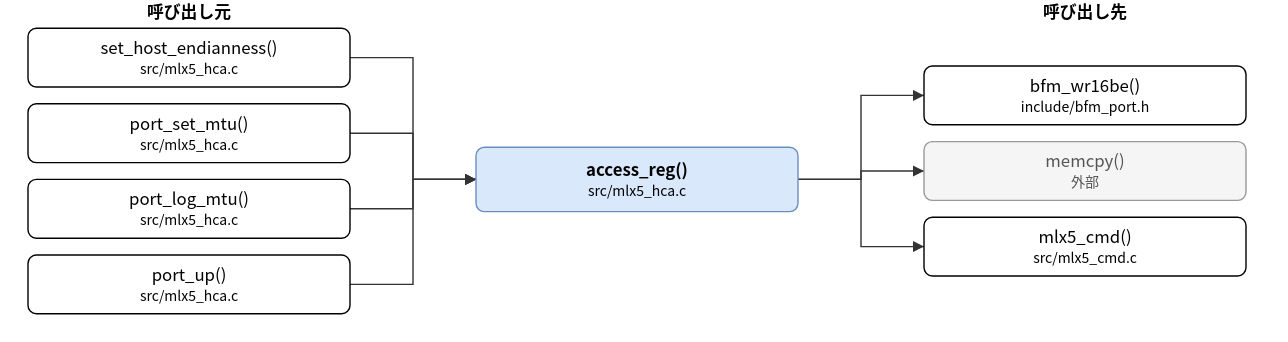
Before: doc/spec/images/call_src_mlx5_hca-access_reg.drawio.svg, a diagram exported from draw.io (hf355051012-ai/bfmem). Source tidied: cells renumbered, new cells last; positions are measured from the earlier drawing's top-left corner, leaving out a move shared by most shapes.
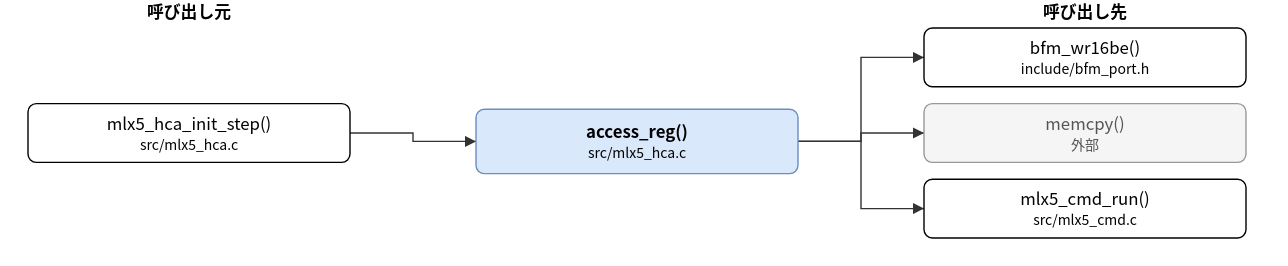
The same file after the commit.

Change to the diagram source:
```diff
@@ -5,88 +5,55 @@
     <mxCell id="2" value="access_reg()&lt;br&gt;&lt;font style=&quot;font-size:10px&quot;&gt;src/mlx5_hca.c&lt;/font&gt;" style="rounded=1;whiteSpace=wrap;html=1;fillColor=#dae8fc;strokeColor=#6c8ebf;fontStyle=1;" parent="1" vertex="1">
       <mxGeometry x="320" y="105" width="230" height="46" as="geometry" />
     </mxCell>
-    <mxCell id="3" value="set_host_endianness()&lt;br&gt;&lt;font style=&quot;font-size:10px&quot;&gt;src/mlx5_hca.c&lt;/font&gt;" style="rounded=1;whiteSpace=wrap;html=1;" parent="1" vertex="1">
-      <mxGeometry y="20" width="230" height="42" as="geometry" />
+    <mxCell id="3" value="mlx5_hca_init_step()&lt;br&gt;&lt;font style=&quot;font-size:10px&quot;&gt;src/mlx5_hca.c&lt;/font&gt;" style="rounded=1;whiteSpace=wrap;html=1;" parent="1" vertex="1">
+      <mxGeometry y="101" width="230" height="42" as="geometry" />
     </mxCell>
-    <mxCell id="4" value="port_set_mtu()&lt;br&gt;&lt;font style=&quot;font-size:10px&quot;&gt;src/mlx5_hca.c&lt;/font&gt;" style="rounded=1;whiteSpace=wrap;html=1;" parent="1" vertex="1">
-      <mxGeometry y="74" width="230" height="42" as="geometry" />
-    </mxCell>
-    <mxCell id="5" value="port_log_mtu()&lt;br&gt;&lt;font style=&quot;font-size:10px&quot;&gt;src/mlx5_hca.c&lt;/font&gt;" style="rounded=1;whiteSpace=wrap;html=1;" parent="1" vertex="1">
-      <mxGeometry y="128" width="230" height="42" as="geometry" />
-    </mxCell>
-    <mxCell id="6" value="port_up()&lt;br&gt;&lt;font style=&quot;font-size:10px&quot;&gt;src/mlx5_hca.c&lt;/font&gt;" style="rounded=1;whiteSpace=wrap;html=1;" parent="1" vertex="1">
-      <mxGeometry y="182" width="230" height="42" as="geometry" />
-    </mxCell>
     <mxCell id="7" value="bfm_wr16be()&lt;br&gt;&lt;font style=&quot;font-size:10px&quot;&gt;include/bfm_port.h&lt;/font&gt;" style="rounded=1;whiteSpace=wrap;html=1;" parent="1" vertex="1">
       <mxGeometry x="640" y="47" width="230" height="42" as="geometry" />
     </mxCell>
     <mxCell id="8" value="memcpy()&lt;br&gt;&lt;font style=&quot;font-size:10px&quot;&gt;外部&lt;/font&gt;" style="rounded=1;whiteSpace=wrap;html=1;fillColor=#f5f5f5;strokeColor=#999999;fontColor=#555555;" parent="1" vertex="1">
       <mxGeometry x="640" y="101" width="230" height="42" as="geometry" />
     </mxCell>
-    <mxCell id="9" value="mlx5_cmd()&lt;br&gt;&lt;font style=&quot;font-size:10px&quot;&gt;src/mlx5_cmd.c&lt;/font&gt;" style="rounded=1;whiteSpace=wrap;html=1;" parent="1" vertex="1">
+    <mxCell id="9" value="mlx5_cmd_run()&lt;br&gt;&lt;font style=&quot;font-size:10px&quot;&gt;src/mlx5_cmd.c&lt;/font&gt;" style="rounded=1;whiteSpace=wrap;html=1;" parent="1" vertex="1">
       <mxGeometry x="640" y="155" width="230" height="42" as="geometry" />
     </mxCell>
     <mxCell id="10" style="edgeStyle=none;html=1;rounded=0;endArrow=block;endFill=1;exitX=1.0000;exitY=0.5000;exitDx=0;exitDy=0;exitPerimeter=0;entryX=0.0000;entryY=0.5000;entryDx=0;entryDy=0;entryPerimeter=0;" parent="1" edge="1" source="3" target="2">
       <mxGeometry relative="1" as="geometry">
         <Array as="points">
-          <mxPoint x="275" y="41" />
+          <mxPoint x="275" y="122" />
           <mxPoint x="275" y="128" />
         </Array>
       </mxGeometry>
     </mxCell>
-    <mxCell id="11" style="edgeStyle=none;html=1;rounded=0;endArrow=block;endFill=1;exitX=1.0000;exitY=0.5000;exitDx=0;exitDy=0;exitPerimeter=0;entryX=0.0000;entryY=0.5000;entryDx=0;entryDy=0;entryPerimeter=0;" parent="1" edge="1" source="4" target="2">
+    <mxCell id="11" style="edgeStyle=none;html=1;rounded=0;endArrow=block;endFill=1;exitX=1.0000;exitY=0.5000;exitDx=0;exitDy=0;exitPerimeter=0;entryX=0.0000;entryY=0.5000;entryDx=0;entryDy=0;entryPerimeter=0;" parent="1" edge="1" source="2" target="7">
       <mxGeometry relative="1" as="geometry">
         <Array as="points">
-          <mxPoint x="275" y="95" />
-          <mxPoint x="275" y="128" />
+          <mxPoint x="595" y="128" />
+          <mxPoint x="595" y="68" />
         </Array>
       </mxGeometry>
     </mxCell>
-    <mxCell id="12" style="edgeStyle=none;html=1;rounded=0;endArrow=block;endFill=1;exitX=1.0000;exitY=0.5000;exitDx=0;exitDy=0;exitPerimeter=0;entryX=0.0000;entryY=0.5000;entryDx=0;entryDy=0;entryPerimeter=0;" parent="1" edge="1" source="5" target="2">
+    <mxCell id="12" style="edgeStyle=none;html=1;rounded=0;endArrow=block;endFill=1;exitX=1.0000;exitY=0.5000;exitDx=0;exitDy=0;exitPerimeter=0;entryX=0.0000;entryY=0.5000;entryDx=0;entryDy=0;entryPerimeter=0;" parent="1" edge="1" source="2" target="8">
       <mxGeometry relative="1" as="geometry">
         <Array as="points">
-          <mxPoint x="275" y="149" />
-          <mxPoint x="275" y="128" />
+          <mxPoint x="595" y="128" />
+          <mxPoint x="595" y="122" />
         </Array>
       </mxGeometry>
     </mxCell>
-    <mxCell id="13" style="edgeStyle=none;html=1;rounded=0;endArrow=block;endFill=1;exitX=1.0000;exitY=0.5000;exitDx=0;exitDy=0;exitPerimeter=0;entryX=0.0000;entryY=0.5000;entryDx=0;entryDy=0;entryPerimeter=0;" parent="1" edge="1" source="6" target="2">
+    <mxCell id="13" style="edgeStyle=none;html=1;rounded=0;endArrow=block;endFill=1;exitX=1.0000;exitY=0.5000;exitDx=0;exitDy=0;exitPerimeter=0;entryX=0.0000;entryY=0.5000;entryDx=0;entryDy=0;entryPerimeter=0;" parent="1" edge="1" source="2" target="9">
       <mxGeometry relative="1" as="geometry">
         <Array as="points">
-          <mxPoint x="275" y="203" />
-          <mxPoint x="275" y="128" />
+          <mxPoint x="595" y="128" />
+          <mxPoint x="595" y="176" />
         </Array>
       </mxGeometry>
     </mxCell>
-    <mxCell id="14" style="edgeStyle=none;html=1;rounded=0;endArrow=block;endFill=1;exitX=1.0000;exitY=0.5000;exitDx=0;exitDy=0;exitPerimeter=0;entryX=0.0000;entryY=0.5000;entryDx=0;entryDy=0;entryPerimeter=0;" parent="1" edge="1" source="2" target="7">
-      <mxGeometry relative="1" as="geometry">
-        <Array as="points">
-          <mxPoint x="595" y="128" />
-          <mxPoint x="595" y="68" />
-        </Array>
-      </mxGeometry>
-    </mxCell>
-    <mxCell id="15" style="edgeStyle=none;html=1;rounded=0;endArrow=block;endFill=1;exitX=1.0000;exitY=0.5000;exitDx=0;exitDy=0;exitPerimeter=0;entryX=0.0000;entryY=0.5000;entryDx=0;entryDy=0;entryPerimeter=0;" parent="1" edge="1" source="2" target="8">
-      <mxGeometry relative="1" as="geometry">
-        <Array as="points">
-          <mxPoint x="595" y="128" />
-          <mxPoint x="595" y="122" />
-        </Array>
-      </mxGeometry>
-    </mxCell>
-    <mxCell id="16" style="edgeStyle=none;html=1;rounded=0;endArrow=block;endFill=1;exitX=1.0000;exitY=0.5000;exitDx=0;exitDy=0;exitPerimeter=0;entryX=0.0000;entryY=0.5000;entryDx=0;entryDy=0;entryPerimeter=0;" parent="1" edge="1" source="2" target="9">
-      <mxGeometry relative="1" as="geometry">
-        <Array as="points">
-          <mxPoint x="595" y="128" />
-          <mxPoint x="595" y="176" />
-        </Array>
-      </mxGeometry>
-    </mxCell>
     <mxCell id="17" value="呼び出し元" style="text;html=1;align=center;fontStyle=1;" parent="1" vertex="1">
-      <mxGeometry x="35" width="160" height="18" as="geometry" />
+      <mxGeometry x="35" y="27" width="160" height="18" as="geometry" />
     </mxCell>
     <mxCell id="18" value="呼び出し先" style="text;html=1;align=center;fontStyle=1;" parent="1" vertex="1">
-      <mxGeometry x="675" width="160" height="18" as="geometry" />
+      <mxGeometry x="675" y="27" width="160" height="18" as="geometry" />
     </mxCell>
   </root>
 </mxGraphModel>
```
